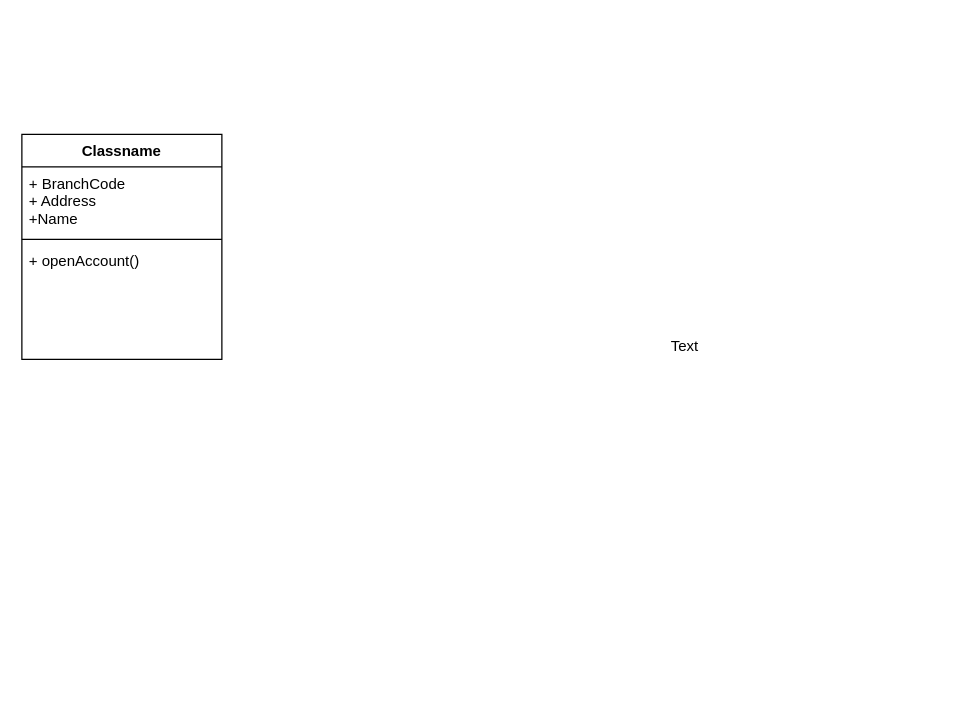
iAshutosh-joshi/first-project keeps this draw.io diagram as oops_lab_1.drawio. Above is the earlier version. Source tidied: cells renumbered, new cells numbered last; positions are measured from the earlier drawing's top-left corner, leaving out a move shared by most shapes. Both pictures are drawn from the tidied source at 125%, with x=0, y=0 at pixel (21, 134).
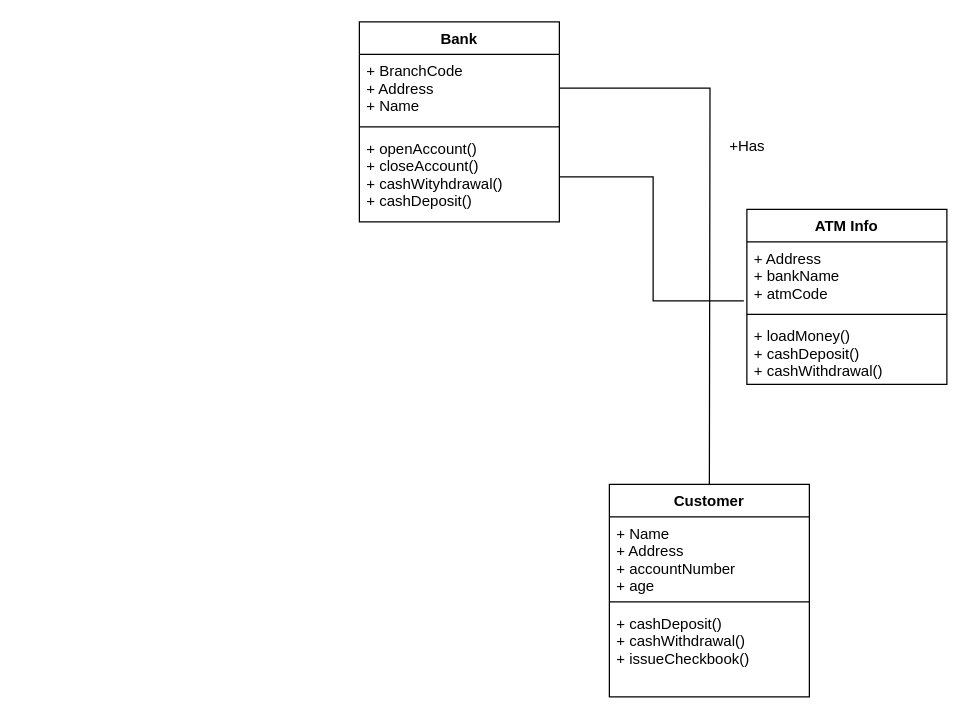
Above is the later version.

Change to the diagram source:
```diff
@@
 <mxGraphModel>
   <root>
     <mxCell id="0" />
     <mxCell id="1" parent="0" />
-    <mxCell id="2" value="Classname" style="swimlane;fontStyle=1;align=center;verticalAlign=top;horizontal=1;startSize=26;" parent="1" vertex="1">
-      <mxGeometry width="160" height="180" as="geometry" />
+    <mxCell id="2" value="Bank" style="swimlane;fontStyle=1;align=center;verticalAlign=top;horizontal=1;startSize=26;" parent="1" vertex="1">
+      <mxGeometry x="270" y="-90" width="160" height="160" as="geometry" />
     </mxCell>
-    <mxCell id="3" value="+ BranchCode&#10;+ Address&#10;+Name&#10;" style="text;strokeColor=none;fillColor=none;align=left;verticalAlign=top;spacingLeft=4;spacingRight=4;overflow=hidden;points=[[0,0.5],[1,0.5]];portConstraint=eastwest;" parent="2" vertex="1">
+    <mxCell id="3" value="+ BranchCode&#10;+ Address&#10;+ Name&#10;" style="text;strokeColor=none;fillColor=none;align=left;verticalAlign=top;spacingLeft=4;spacingRight=4;overflow=hidden;points=[[0,0.5],[1,0.5]];portConstraint=eastwest;" parent="2" vertex="1">
       <mxGeometry y="26" width="160" height="54" as="geometry" />
     </mxCell>
     <mxCell id="4" style="line;strokeWidth=1;fillColor=none;align=left;verticalAlign=middle;spacingTop=-1;spacingLeft=3;spacingRight=3;labelPosition=right;" parent="2" vertex="1">
       <mxGeometry y="80" width="160" height="8" as="geometry" />
     </mxCell>
-    <mxCell id="5" value="+ openAccount()" style="text;strokeColor=none;fillColor=none;align=left;verticalAlign=top;spacingLeft=4;spacingRight=4;overflow=hidden;points=[[0,0.5],[1,0.5]];portConstraint=eastwest;" parent="2" vertex="1">
-      <mxGeometry y="88" width="160" height="92" as="geometry" />
+    <mxCell id="5" value="+ openAccount()&#10;+ closeAccount()&#10;+ cashWityhdrawal()&#10;+ cashDeposit()" style="text;strokeColor=none;fillColor=none;align=left;verticalAlign=top;spacingLeft=4;spacingRight=4;overflow=hidden;points=[[0,0.5],[1,0.5]];portConstraint=eastwest;" parent="2" vertex="1">
+      <mxGeometry y="88" width="160" height="72" as="geometry" />
     </mxCell>
-    <mxCell id="6" value="Text" style="text;html=1;align=center;verticalAlign=middle;" parent="1" vertex="1">
-      <mxGeometry x="510" y="160" width="40" height="20" as="geometry" />
+    <mxCell id="6" value="+Has" style="text;html=1;align=center;verticalAlign=middle;" parent="1" vertex="1">
+      <mxGeometry x="560" width="40" height="20" as="geometry" />
     </mxCell>
+    <mxCell id="7" style="edgeStyle=orthogonalEdgeStyle;rounded=0;jettySize=auto;html=1;endArrow=none;endFill=0;" parent="1" edge="1" source="3">
+      <mxGeometry relative="1" as="geometry">
+        <mxPoint x="550" y="280" as="targetPoint" />
+      </mxGeometry>
+    </mxCell>
+    <mxCell id="8" value="Customer" style="swimlane;fontStyle=1;align=center;verticalAlign=top;horizontal=1;startSize=26;" parent="1" vertex="1">
+      <mxGeometry x="470" y="280" width="160" height="170" as="geometry" />
+    </mxCell>
+    <mxCell id="9" value="+ Name&#10;+ Address&#10;+ accountNumber&#10;+ age" style="text;strokeColor=none;fillColor=none;align=left;verticalAlign=top;spacingLeft=4;spacingRight=4;overflow=hidden;" parent="8" vertex="1">
+      <mxGeometry y="26" width="160" height="64" as="geometry" />
+    </mxCell>
+    <mxCell id="10" style="line;strokeWidth=1;fillColor=none;align=left;verticalAlign=middle;spacingTop=-1;spacingLeft=3;spacingRight=3;labelPosition=right;" parent="8" vertex="1">
+      <mxGeometry y="90" width="160" height="8" as="geometry" />
+    </mxCell>
+    <mxCell id="11" value="+ cashDeposit()&#10;+ cashWithdrawal()&#10;+ issueCheckbook()&#10;" style="text;strokeColor=none;fillColor=none;align=left;verticalAlign=top;spacingLeft=4;spacingRight=4;overflow=hidden;" parent="8" vertex="1">
+      <mxGeometry y="98" width="160" height="72" as="geometry" />
+    </mxCell>
+    <mxCell id="12" value="ATM Info" style="swimlane;fontStyle=1;align=center;verticalAlign=top;horizontal=1;startSize=26;" parent="1" vertex="1">
+      <mxGeometry x="580" y="60" width="160" height="140" as="geometry" />
+    </mxCell>
+    <mxCell id="13" value="+ Address&#10;+ bankName&#10;+ atmCode" style="text;strokeColor=none;fillColor=none;align=left;verticalAlign=top;spacingLeft=4;spacingRight=4;overflow=hidden;points=[[0,0.5],[1,0.5]];portConstraint=eastwest;" parent="12" vertex="1">
+      <mxGeometry y="26" width="160" height="54" as="geometry" />
+    </mxCell>
+    <mxCell id="14" style="line;strokeWidth=1;fillColor=none;align=left;verticalAlign=middle;spacingTop=-1;spacingLeft=3;spacingRight=3;labelPosition=right;" parent="12" vertex="1">
+      <mxGeometry y="80" width="160" height="8" as="geometry" />
+    </mxCell>
+    <mxCell id="15" value="+ loadMoney()&#10;+ cashDeposit()&#10;+ cashWithdrawal()" style="text;strokeColor=none;fillColor=none;align=left;verticalAlign=top;spacingLeft=4;spacingRight=4;overflow=hidden;" parent="12" vertex="1">
+      <mxGeometry y="88" width="160" height="52" as="geometry" />
+    </mxCell>
+    <mxCell id="16" style="edgeStyle=orthogonalEdgeStyle;rounded=0;jettySize=auto;html=1;entryX=-0.015;entryY=0.874;entryDx=0;entryDy=0;entryPerimeter=0;endArrow=none;endFill=0;" parent="1" edge="1" source="5" target="13">
+      <mxGeometry relative="1" as="geometry" />
+    </mxCell>
   </root>
 </mxGraphModel>
```
